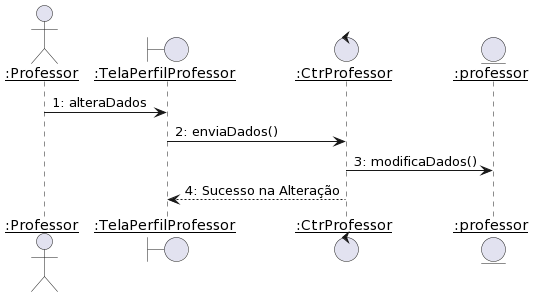
The PlantUML diagram diagramas/sequencia/alterar_professor.png in Pedro-V/projetorium, before a commit.
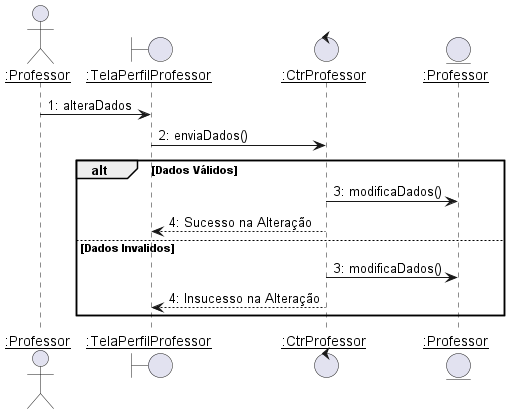
The same file after the commit.

Commit message:
Add Fluxo Alternativos

The edit, as a diff of the source:
```diff
@@ -1,14 +1,23 @@
-@startuml
+@startuml alterar_professor
 skinparam sequenceParticipant underline
 
 actor ":Professor" as Professor
 boundary ":TelaPerfilProfessor" as TelaPerfilProfessor
 control ":CtrProfessor" as CtrProfessor
-entity ":professor" as professor
+entity ":Professor" as professor
+
+
 
 
 Professor -> TelaPerfilProfessor : 1: alteraDados
 TelaPerfilProfessor -> CtrProfessor : 2: enviaDados()
-CtrProfessor -> professor : 3: modificaDados()
-CtrProfessor --> TelaPerfilProfessor --: 4: Sucesso na Alteração
+
+alt Dados Válidos
+    CtrProfessor -> professor : 3: modificaDados()
+    CtrProfessor --> TelaPerfilProfessor --: 4: Sucesso na Alteração
+else Dados Invalidos
+    CtrProfessor -> professor : 3: modificaDados()
+    CtrProfessor --> TelaPerfilProfessor --: 4: Insucesso na Alteração
+end
+
 @enduml
```
